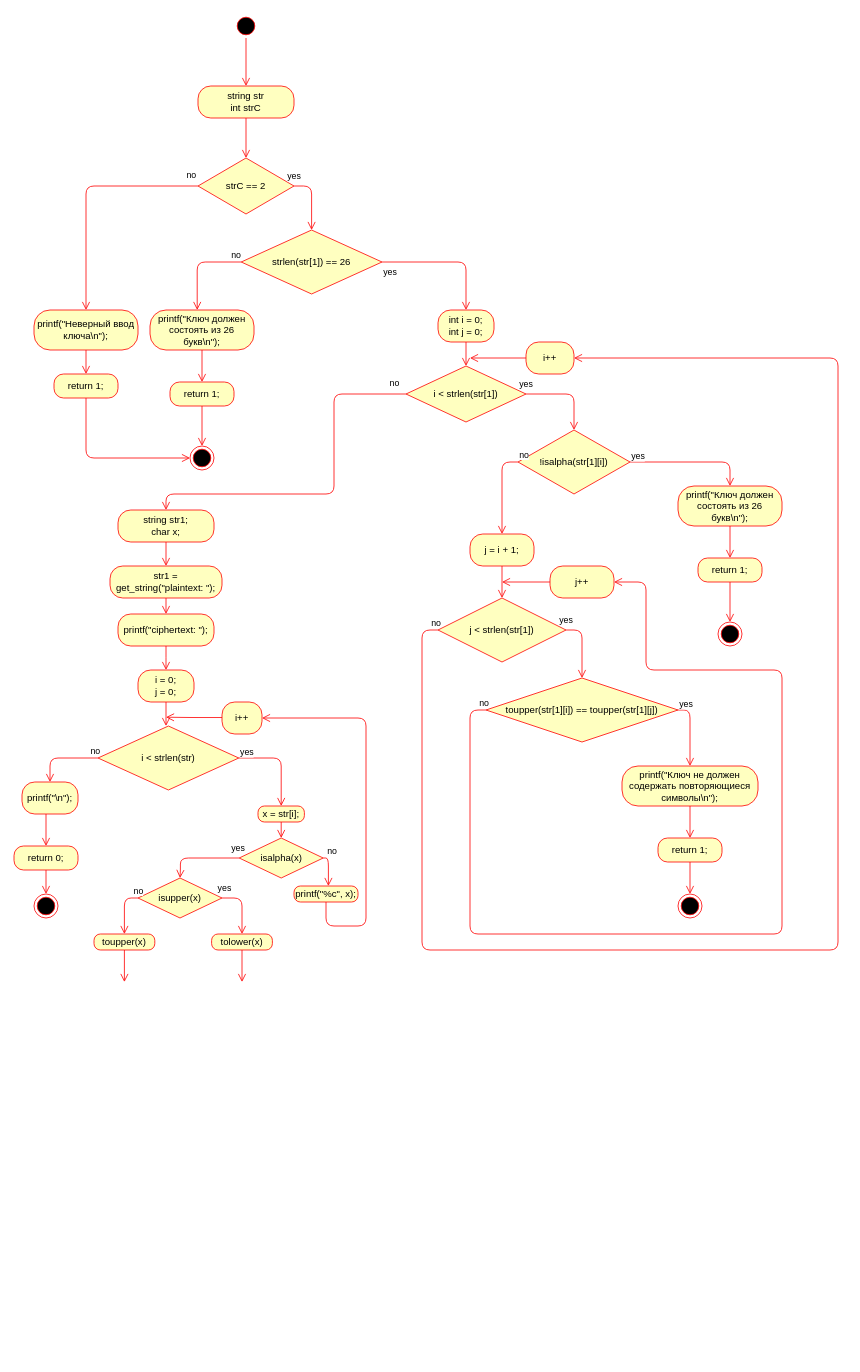
ArtemYo8283/test keeps this draw.io diagram as subtituti.drawio. Above is the earlier version. Source tidied: cells renumbered, new cells numbered last; positions are measured from the earlier drawing's top-left corner, leaving out a move shared by most shapes. Both pictures are drawn from the tidied source at 80%, with x=0, y=0 at pixel (14, 14).
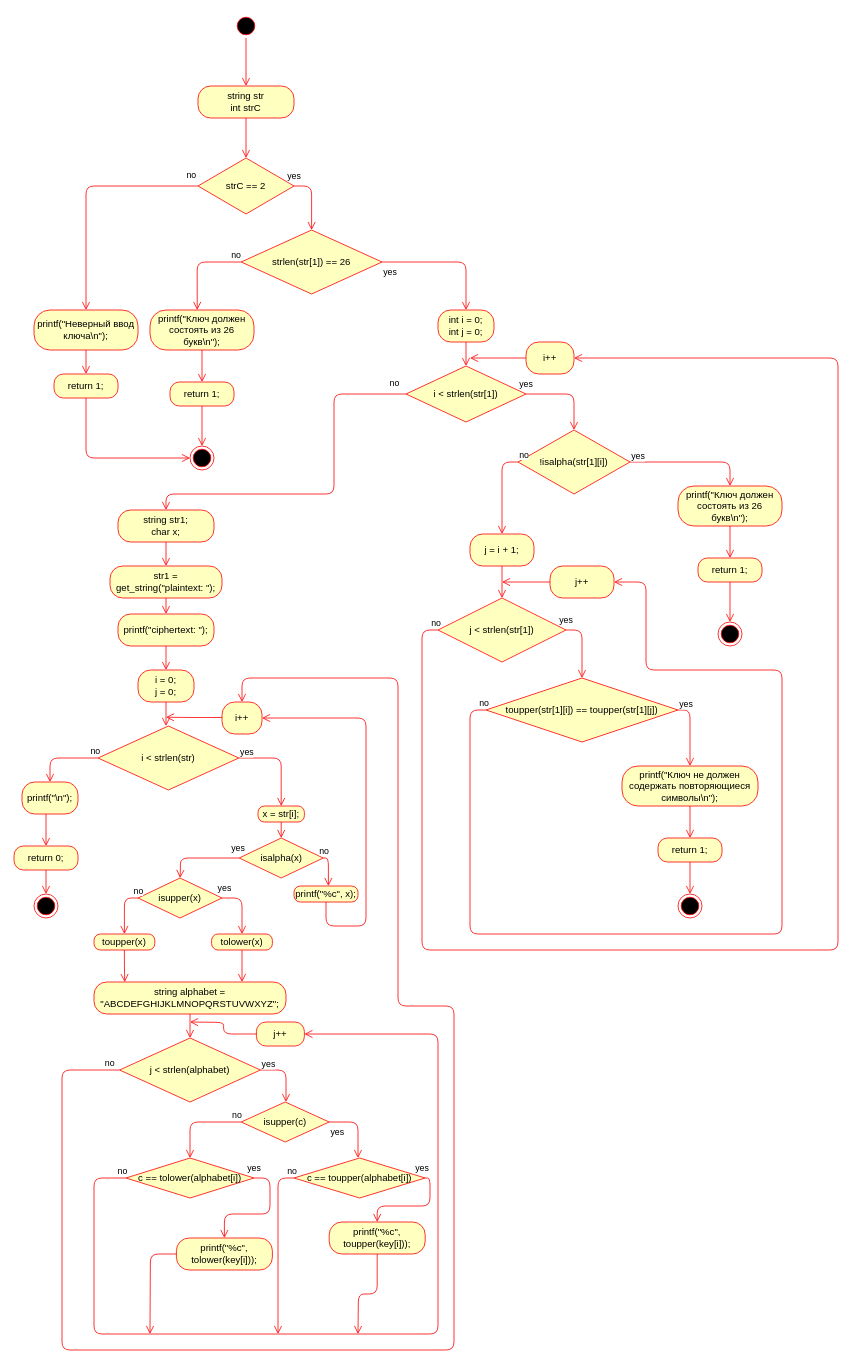
After the change.

Unchanged cells that the change refers to:
```xml
<mxCell id="62" value="i++" style="rounded=1;whiteSpace=wrap;html=1;arcSize=40;fontColor=#000000;fillColor=#ffffc0;strokeColor=#ff0000;" parent="1" vertex="1">
  <mxGeometry x="260" y="860" width="50" height="40" as="geometry" />
</mxCell>
<mxCell id="71" value="isalpha(x)" style="rhombus;whiteSpace=wrap;html=1;fillColor=#ffffc0;strokeColor=#ff0000;" parent="1" vertex="1">
  <mxGeometry x="281.5" y="1030" width="105" height="50" as="geometry" />
</mxCell>
<mxCell id="74" value="isupper(x)" style="rhombus;whiteSpace=wrap;html=1;fillColor=#ffffc0;strokeColor=#ff0000;" parent="1" vertex="1">
  <mxGeometry x="155" y="1080" width="105" height="50" as="geometry" />
</mxCell>
<mxCell id="77" value="toupper(x)" style="rounded=1;whiteSpace=wrap;html=1;arcSize=40;fontColor=#000000;fillColor=#ffffc0;strokeColor=#ff0000;" parent="1" vertex="1">
  <mxGeometry x="100" y="1150" width="76" height="20" as="geometry" />
</mxCell>
<mxCell id="79" value="tolower(x)" style="rounded=1;whiteSpace=wrap;html=1;arcSize=40;fontColor=#000000;fillColor=#ffffc0;strokeColor=#ff0000;" parent="1" vertex="1">
  <mxGeometry x="247" y="1150" width="76" height="20" as="geometry" />
</mxCell>
```

Diff of the diagram source:
```diff
@@
     <mxCell id="72" value="no" style="edgeStyle=orthogonalEdgeStyle;html=1;align=left;verticalAlign=bottom;endArrow=open;endSize=8;strokeColor=#ff0000;entryX=0.5;entryY=0;entryDx=0;entryDy=0;" parent="1" edge="1" source="71" target="74">
-      <mxGeometry x="-1" y="-108" relative="1" as="geometry">
+      <mxGeometry x="-1" y="-98" relative="1" as="geometry">
         <Array as="points">
           <mxPoint x="208" y="1055" />
           <mxPoint x="208" y="1070" />
         </Array>
-        <mxPoint x="108" y="108" as="offset" />
+        <mxPoint x="98" y="98" as="offset" />
       </mxGeometry>
     </mxCell>
@@
-    <mxCell id="78" style="edgeStyle=orthogonalEdgeStyle;html=1;verticalAlign=bottom;endArrow=open;endSize=8;strokeColor=#ff0000;" parent="1" edge="1" source="77">
-      <mxGeometry relative="1" as="geometry">
-        <mxPoint x="138" y="1210" as="targetPoint" />
-        <Array as="points">
-          <mxPoint x="138" y="1180" />
-          <mxPoint x="138" y="1180" />
-        </Array>
-      </mxGeometry>
+    <mxCell id="78" style="edgeStyle=orthogonalEdgeStyle;html=1;verticalAlign=bottom;endArrow=open;endSize=8;strokeColor=#ff0000;entryX=0.16;entryY=0.004;entryDx=0;entryDy=0;entryPerimeter=0;" parent="1" edge="1" source="77" target="83">
+      <mxGeometry relative="1" as="geometry" />
     </mxCell>
@@
     <mxCell id="80" style="edgeStyle=orthogonalEdgeStyle;html=1;verticalAlign=bottom;endArrow=open;endSize=8;strokeColor=#ff0000;" parent="1" edge="1" source="79">
       <mxGeometry relative="1" as="geometry">
         <mxPoint x="285" y="1210" as="targetPoint" />
-        <Array as="points">
-          <mxPoint x="285" y="1170" />
-          <mxPoint x="285" y="1170" />
-        </Array>
       </mxGeometry>
     </mxCell>
@@
+    <mxCell id="83" value="string alphabet = &quot;ABCDEFGHIJKLMNOPQRSTUVWXYZ&quot;;" style="rounded=1;whiteSpace=wrap;html=1;arcSize=40;fontColor=#000000;fillColor=#ffffc0;strokeColor=#ff0000;" parent="1" vertex="1">
+      <mxGeometry x="100" y="1210" width="240" height="40" as="geometry" />
+    </mxCell>
+    <mxCell id="84" style="edgeStyle=orthogonalEdgeStyle;html=1;verticalAlign=bottom;endArrow=open;endSize=8;strokeColor=#ff0000;entryX=0.5;entryY=0;entryDx=0;entryDy=0;" parent="1" edge="1" source="83" target="87">
+      <mxGeometry relative="1" as="geometry" />
+    </mxCell>
+    <mxCell id="85" value="j++" style="rounded=1;whiteSpace=wrap;html=1;arcSize=40;fontColor=#000000;fillColor=#ffffc0;strokeColor=#ff0000;" parent="1" vertex="1">
+      <mxGeometry x="303" y="1260" width="60" height="30" as="geometry" />
+    </mxCell>
+    <mxCell id="86" style="edgeStyle=orthogonalEdgeStyle;html=1;verticalAlign=bottom;endArrow=open;endSize=8;strokeColor=#ff0000;" parent="1" edge="1" source="85">
+      <mxGeometry relative="1" as="geometry">
+        <mxPoint x="220" y="1260" as="targetPoint" />
+      </mxGeometry>
+    </mxCell>
+    <mxCell id="87" value="j &amp;lt; strlen(alphabet)" style="rhombus;whiteSpace=wrap;html=1;fillColor=#ffffc0;strokeColor=#ff0000;" parent="1" vertex="1">
+      <mxGeometry x="132" y="1280" width="176" height="80" as="geometry" />
+    </mxCell>
+    <mxCell id="88" value="no" style="edgeStyle=orthogonalEdgeStyle;html=1;align=left;verticalAlign=bottom;endArrow=open;endSize=8;strokeColor=#ff0000;entryX=0.5;entryY=0;entryDx=0;entryDy=0;" parent="1" edge="1" source="87" target="62">
+      <mxGeometry x="-0.98" relative="1" as="geometry">
+        <Array as="points">
+          <mxPoint x="60" y="1320" />
+          <mxPoint x="60" y="1670" />
+          <mxPoint x="550" y="1670" />
+          <mxPoint x="550" y="1240" />
+          <mxPoint x="480" y="1240" />
+          <mxPoint x="480" y="830" />
+          <mxPoint x="285" y="830" />
+        </Array>
+      </mxGeometry>
+    </mxCell>
+    <mxCell id="89" value="yes" style="edgeStyle=orthogonalEdgeStyle;html=1;align=left;verticalAlign=top;endArrow=open;endSize=8;strokeColor=#ff0000;" parent="1" edge="1" source="87">
+      <mxGeometry x="-1" y="20" relative="1" as="geometry">
+        <mxPoint x="340" y="1360" as="targetPoint" />
+        <Array as="points">
+          <mxPoint x="340" y="1320" />
+        </Array>
+      </mxGeometry>
+    </mxCell>
+    <mxCell id="90" value="isupper(c)" style="rhombus;whiteSpace=wrap;html=1;fillColor=#ffffc0;strokeColor=#ff0000;" parent="1" vertex="1">
+      <mxGeometry x="284" y="1360" width="110" height="50" as="geometry" />
+    </mxCell>
+    <mxCell id="91" value="no" style="edgeStyle=orthogonalEdgeStyle;html=1;align=left;verticalAlign=bottom;endArrow=open;endSize=8;strokeColor=#ff0000;" parent="1" edge="1" source="90">
+      <mxGeometry x="-0.76" relative="1" as="geometry">
+        <mxPoint x="220" y="1430" as="targetPoint" />
+        <Array as="points">
+          <mxPoint x="220" y="1385" />
+        </Array>
+      </mxGeometry>
+    </mxCell>
+    <mxCell id="92" value="yes" style="edgeStyle=orthogonalEdgeStyle;html=1;align=left;verticalAlign=top;endArrow=open;endSize=8;strokeColor=#ff0000;exitX=1;exitY=0.5;exitDx=0;exitDy=0;" parent="1" edge="1" source="90">
+      <mxGeometry x="-1" relative="1" as="geometry">
+        <mxPoint x="430" y="1430" as="targetPoint" />
+        <Array as="points">
+          <mxPoint x="430" y="1385" />
+        </Array>
+      </mxGeometry>
+    </mxCell>
+    <mxCell id="93" value="c == tolower(alphabet[i])" style="rhombus;whiteSpace=wrap;html=1;fillColor=#ffffc0;strokeColor=#ff0000;" parent="1" vertex="1">
+      <mxGeometry x="140" y="1430" width="160" height="50" as="geometry" />
+    </mxCell>
+    <mxCell id="94" value="no" style="edgeStyle=orthogonalEdgeStyle;html=1;align=left;verticalAlign=bottom;endArrow=open;endSize=8;strokeColor=#ff0000;entryX=1;entryY=0.5;entryDx=0;entryDy=0;" parent="1" edge="1" source="93" target="85">
+      <mxGeometry x="-0.98" relative="1" as="geometry">
+        <Array as="points">
+          <mxPoint x="100" y="1455" />
+          <mxPoint x="100" y="1650" />
+          <mxPoint x="530" y="1650" />
+          <mxPoint x="530" y="1275" />
+        </Array>
+      </mxGeometry>
+    </mxCell>
+    <mxCell id="95" value="yes" style="edgeStyle=orthogonalEdgeStyle;html=1;align=left;verticalAlign=top;endArrow=open;endSize=8;strokeColor=#ff0000;exitX=1;exitY=0.5;exitDx=0;exitDy=0;entryX=0.5;entryY=0;entryDx=0;entryDy=0;" parent="1" edge="1" source="93" target="101">
+      <mxGeometry x="-1" y="27" relative="1" as="geometry">
+        <Array as="points">
+          <mxPoint x="320" y="1455" />
+          <mxPoint x="320" y="1500" />
+          <mxPoint x="263" y="1500" />
+        </Array>
+        <mxPoint x="-10" y="2" as="offset" />
+      </mxGeometry>
+    </mxCell>
+    <mxCell id="96" value="c == toupper(alphabet[i])" style="rhombus;whiteSpace=wrap;html=1;fillColor=#ffffc0;strokeColor=#ff0000;" parent="1" vertex="1">
+      <mxGeometry x="350" y="1430" width="164" height="50" as="geometry" />
+    </mxCell>
+    <mxCell id="97" value="no" style="edgeStyle=orthogonalEdgeStyle;html=1;align=left;verticalAlign=bottom;endArrow=open;endSize=8;strokeColor=#ff0000;" parent="1" edge="1" source="96">
+      <mxGeometry x="-0.91" relative="1" as="geometry">
+        <mxPoint x="330" y="1650" as="targetPoint" />
+        <Array as="points">
+          <mxPoint x="330" y="1455" />
+          <mxPoint x="330" y="1500" />
+        </Array>
+      </mxGeometry>
+    </mxCell>
+    <mxCell id="98" value="yes" style="edgeStyle=orthogonalEdgeStyle;html=1;align=left;verticalAlign=top;endArrow=open;endSize=8;strokeColor=#ff0000;exitX=1;exitY=0.5;exitDx=0;exitDy=0;entryX=0.5;entryY=0;entryDx=0;entryDy=0;" parent="1" edge="1" source="96" target="99">
+      <mxGeometry x="-1" y="29" relative="1" as="geometry">
+        <Array as="points">
+          <mxPoint x="520" y="1455" />
+          <mxPoint x="520" y="1490" />
+          <mxPoint x="454" y="1490" />
+        </Array>
+        <mxPoint x="-14" y="4" as="offset" />
+      </mxGeometry>
+    </mxCell>
+    <mxCell id="99" value="printf(&quot;%c&quot;, toupper(key[i]));" style="rounded=1;whiteSpace=wrap;html=1;arcSize=40;fontColor=#000000;fillColor=#ffffc0;strokeColor=#ff0000;" parent="1" vertex="1">
+      <mxGeometry x="394" y="1510" width="120" height="40" as="geometry" />
+    </mxCell>
+    <mxCell id="100" style="edgeStyle=orthogonalEdgeStyle;html=1;verticalAlign=bottom;endArrow=open;endSize=8;strokeColor=#ff0000;" parent="1" edge="1" source="99">
+      <mxGeometry relative="1" as="geometry">
+        <mxPoint x="430" y="1650" as="targetPoint" />
+      </mxGeometry>
+    </mxCell>
+    <mxCell id="101" value="printf(&quot;%c&quot;, tolower(key[i]));" style="rounded=1;whiteSpace=wrap;html=1;arcSize=40;fontColor=#000000;fillColor=#ffffc0;strokeColor=#ff0000;" parent="1" vertex="1">
+      <mxGeometry x="203" y="1530" width="120" height="40" as="geometry" />
+    </mxCell>
+    <mxCell id="102" style="edgeStyle=orthogonalEdgeStyle;html=1;verticalAlign=bottom;endArrow=open;endSize=8;strokeColor=#ff0000;" parent="1" edge="1" source="101">
+      <mxGeometry relative="1" as="geometry">
+        <mxPoint x="170" y="1650" as="targetPoint" />
+      </mxGeometry>
+    </mxCell>
```
